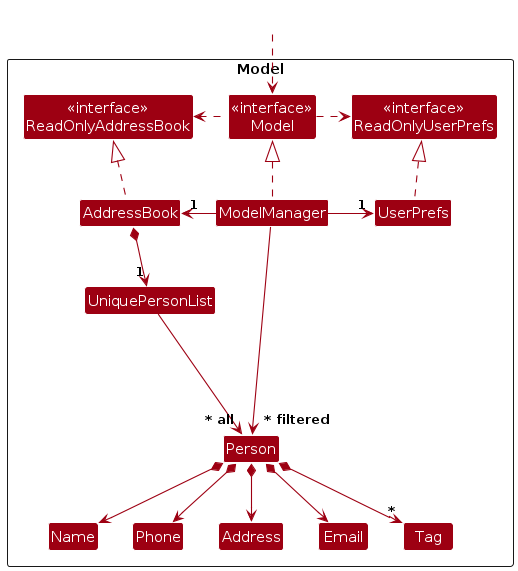
The PlantUML diagram diagrams/ModelClassDiagram.png in AY2627S1-CS2103-F12-4/tp, before a commit. Its source is kept beside it as diagrams/ModelClassDiagram.puml. Source of this version:
```plantuml
@startuml
!include style.puml
skinparam arrowThickness 1.1
skinparam arrowColor MODEL_COLOR
skinparam classBackgroundColor MODEL_COLOR

Package Model as ModelPackage <<Rectangle>>{
Class "<<interface>>\nReadOnlyAddressBook" as ReadOnlyAddressBook
Class "<<interface>>\nReadOnlyUserPrefs" as ReadOnlyUserPrefs
Class "<<interface>>\nModel" as Model
Class AddressBook
Class ModelManager
Class UserPrefs

Class UniquePersonList
Class Person
Class Address
Class Email
Class Name
Class Phone
Class Tag

Class I #FFFFFF
}

Class HiddenOutside #FFFFFF
HiddenOutside ..> Model

AddressBook .up.|> ReadOnlyAddressBook

ModelManager .up.|> Model
Model .right.> ReadOnlyUserPrefs
Model .left.> ReadOnlyAddressBook
ModelManager -left-> "1" AddressBook
ModelManager -right-> "1" UserPrefs
UserPrefs .up.|> ReadOnlyUserPrefs

AddressBook *--> "1" UniquePersonList
UniquePersonList --> "~* all" Person
Person *--> Name
Person *--> Phone
Person *--> Email
Person *--> Address
Person *--> "*" Tag

Person -[hidden]up--> I
UniquePersonList -[hidden]right-> I

Name -[hidden]right-> Phone
Phone -[hidden]right-> Address
Address -[hidden]right-> Email

ModelManager --> "~* filtered" Person
@enduml
```
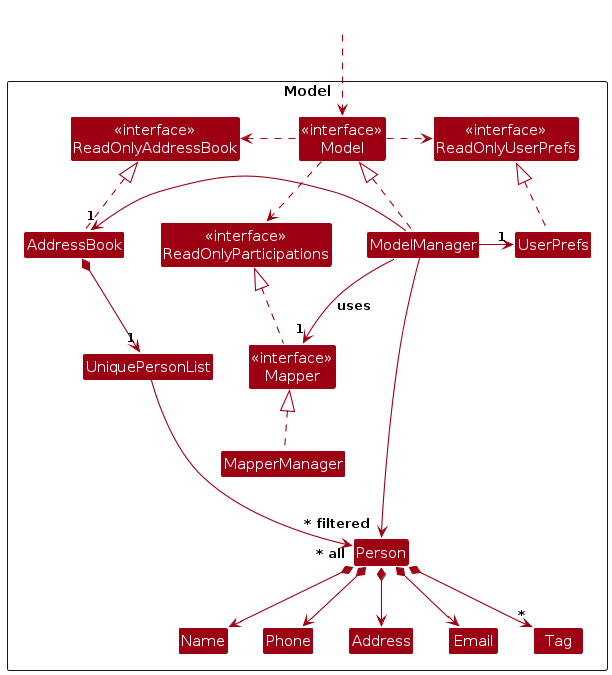
Later version of the same file.

What changed in the source:
```diff
@@ -8,8 +8,11 @@
 Class "<<interface>>\nReadOnlyAddressBook" as ReadOnlyAddressBook
 Class "<<interface>>\nReadOnlyUserPrefs" as ReadOnlyUserPrefs
 Class "<<interface>>\nModel" as Model
+Class "<<interface>>\nReadOnlyParticipations" as ReadOnlyParticipations
+Class "<<interface>>\nMapper" as Mapper
 Class AddressBook
 Class ModelManager
+Class MapperManager
 Class UserPrefs
 
 Class UniquePersonList
@@ -31,8 +34,12 @@
 ModelManager .up.|> Model
 Model .right.> ReadOnlyUserPrefs
 Model .left.> ReadOnlyAddressBook
+Model .down.> ReadOnlyParticipations
 ModelManager -left-> "1" AddressBook
 ModelManager -right-> "1" UserPrefs
+ModelManager -down-> "1" Mapper : uses
+MapperManager .up.|> Mapper
+Mapper .up.|> ReadOnlyParticipations
 UserPrefs .up.|> ReadOnlyUserPrefs
 
 AddressBook *--> "1" UniquePersonList
```
